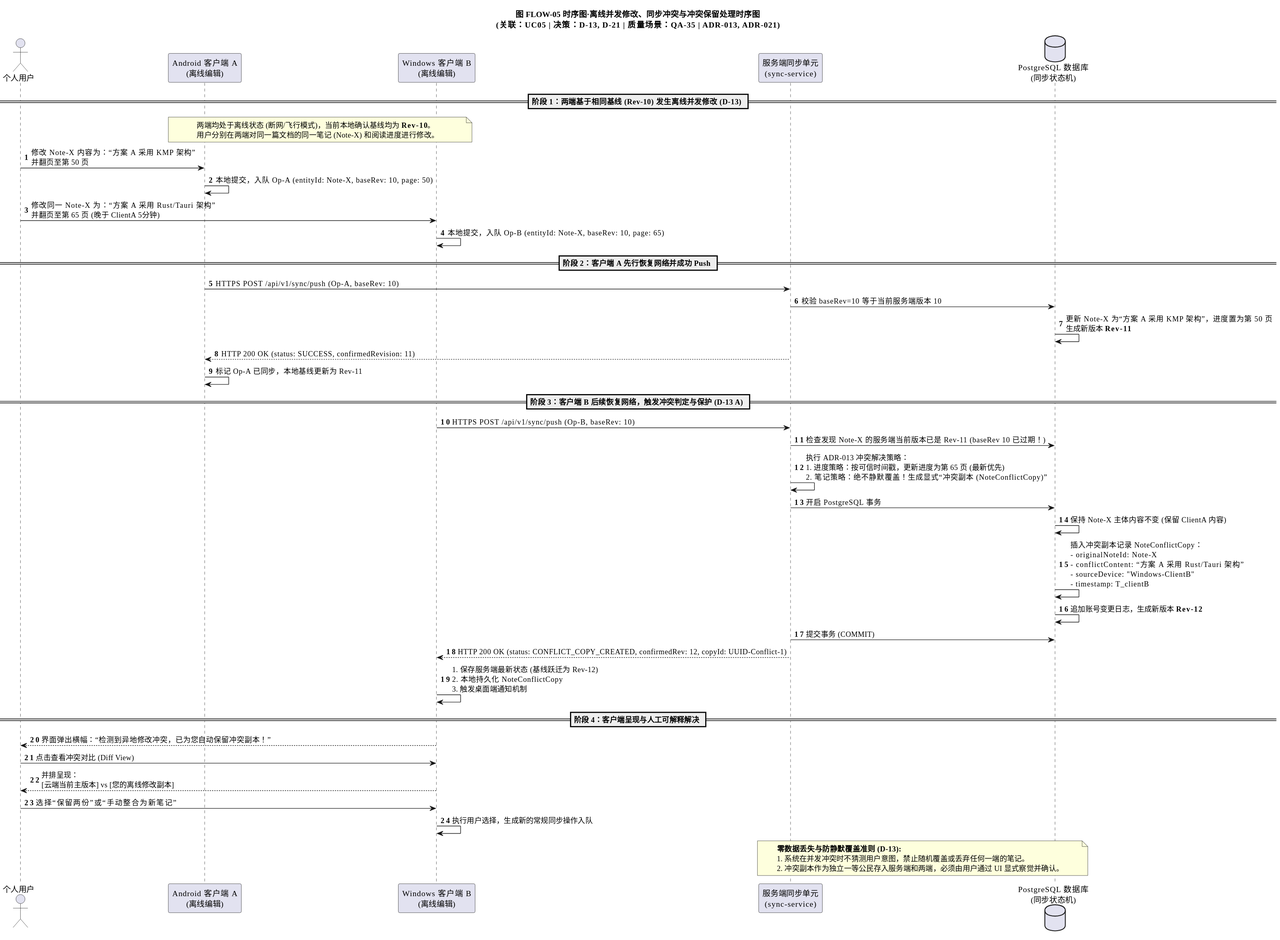
The PlantUML diagram docs/架构设计/阶段成果-V0.4-双端需求补充/41-架构视图与图件交付包-V1.0/导出图-SVG/FLOW-05-离线并发修改同步冲突与冲突保留处理时序图.svg in Aut-172/Intelligent-Reader, before a commit. The source it was exported from:
```plantuml
@startuml
title 图 FLOW-05 时序图·离线并发修改、同步冲突与冲突保留处理时序图\n(关联：UC05 | 决策：D-13, D-21 | 质量场景：QA-35 | ADR-013, ADR-021)
autonumber
skinparam shadowing false
skinparam defaultFontName Microsoft YaHei

actor "个人用户" as User
participant "Android 客户端 A\n(离线编辑)" as ClientA
participant "Windows 客户端 B\n(离线编辑)" as ClientB
participant "服务端同步单元\n(sync-service)" as Server
database "PostgreSQL 数据库\n(同步状态机)" as DB

== 阶段 1：两端基于相同基线 (Rev-10) 发生离线并发修改 (D-13) ==

note over ClientA, ClientB
  两端均处于离线状态 (断网/飞行模式)，当前本地确认基线均为 **Rev-10**。
  用户分别在两端对同一篇文档的同一笔记 (Note-X) 和阅读进度进行修改。
end note

User -> ClientA : 修改 Note-X 内容为：“方案 A 采用 KMP 架构”\n并翻页至第 50 页
ClientA -> ClientA : 本地提交，入队 Op-A (entityId: Note-X, baseRev: 10, page: 50)

User -> ClientB : 修改同一 Note-X 为：“方案 A 采用 Rust/Tauri 架构”\n并翻页至第 65 页 (晚于 ClientA 5分钟)
ClientB -> ClientB : 本地提交，入队 Op-B (entityId: Note-X, baseRev: 10, page: 65)

== 阶段 2：客户端 A 先行恢复网络并成功 Push ==

ClientA -> Server : HTTPS POST /api/v1/sync/push (Op-A, baseRev: 10)
Server -> DB : 校验 baseRev=10 等于当前服务端版本 10
DB -> DB : 更新 Note-X 为“方案 A 采用 KMP 架构”，进度置为第 50 页\n生成新版本 **Rev-11**
Server --> ClientA : HTTP 200 OK (status: SUCCESS, confirmedRevision: 11)
ClientA -> ClientA : 标记 Op-A 已同步，本地基线更新为 Rev-11

== 阶段 3：客户端 B 后续恢复网络，触发冲突判定与保护 (D-13 A) ==

ClientB -> Server : HTTPS POST /api/v1/sync/push (Op-B, baseRev: 10)
Server -> DB : 检查发现 Note-X 的服务端当前版本已是 Rev-11 (baseRev 10 已过期！)

Server -> Server : 执行 ADR-013 冲突解决策略：\n1. 进度策略：按可信时间戳，更新进度为第 65 页 (最新优先)\n2. 笔记策略：绝不静默覆盖！生成显式“冲突副本 (NoteConflictCopy)”

Server -> DB : 开启 PostgreSQL 事务
DB -> DB : 保持 Note-X 主体内容不变 (保留 ClientA 内容)
DB -> DB : 插入冲突副本记录 NoteConflictCopy：\n- originalNoteId: Note-X\n- conflictContent: “方案 A 采用 Rust/Tauri 架构”\n- sourceDevice: "Windows-ClientB"\n- timestamp: T_clientB
DB -> DB : 追加账号变更日志，生成新版本 **Rev-12**
Server -> DB : 提交事务 (COMMIT)

Server --> ClientB : HTTP 200 OK (status: CONFLICT_COPY_CREATED, confirmedRev: 12, copyId: UUID-Conflict-1)
ClientB -> ClientB : 1. 保存服务端最新状态 (基线跃迁为 Rev-12)\n2. 本地持久化 NoteConflictCopy\n3. 触发桌面端通知机制

== 阶段 4：客户端呈现与人工可解释解决 ==

ClientB --> User : 界面弹出横幅：“检测到异地修改冲突，已为您自动保留冲突副本！”
User -> ClientB : 点击查看冲突对比 (Diff View)
ClientB --> User : 并排呈现：\n[云端当前主版本] vs [您的离线修改副本]
User -> ClientB : 选择“保留两份”或“手动整合为新笔记”
ClientB -> ClientB : 执行用户选择，生成新的常规同步操作入队

note over Server, DB
  **零数据丢失与防静默覆盖准则 (D-13):**
  1. 系统在并发冲突时不猜测用户意图，禁止随机覆盖或丢弃任何一端的笔记。
  2. 冲突副本作为独立一等公民存入服务端和两端，必须由用户通过 UI 显式察觉并确认。
end note
@enduml
```
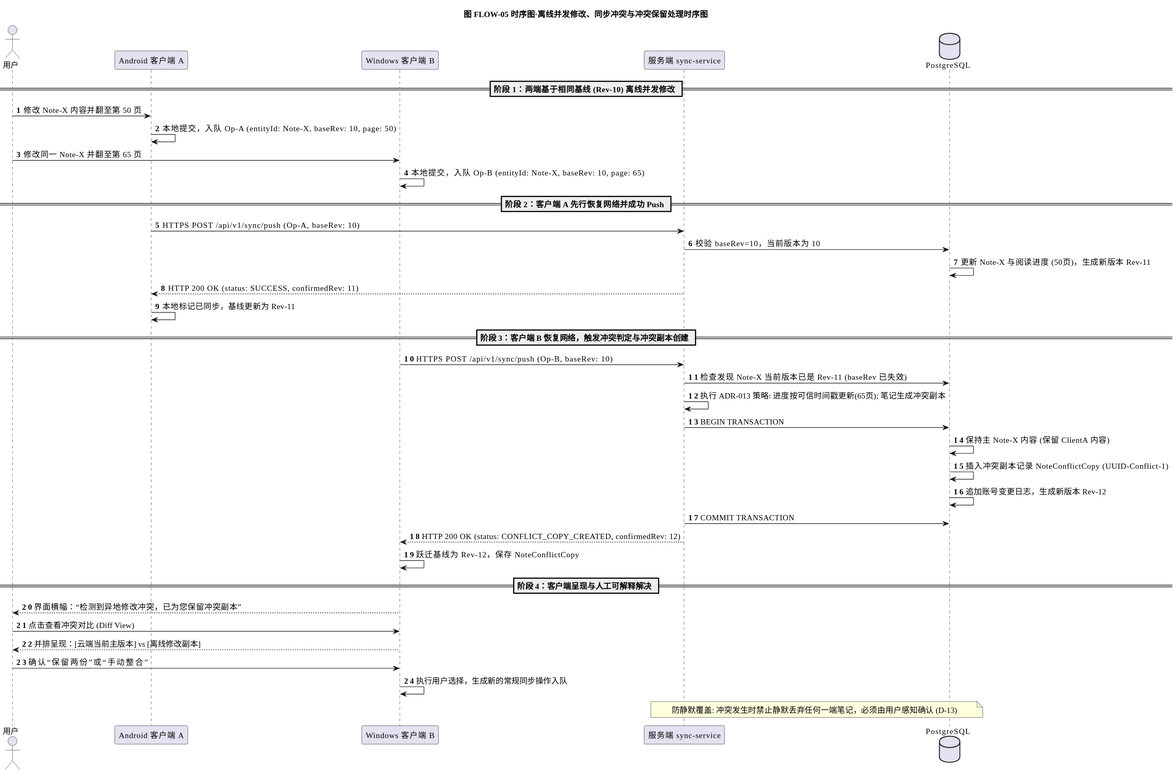
The same file after the commit.

Change to the diagram source:
```diff
@@ -1,63 +1,57 @@
 @startuml
-title 图 FLOW-05 时序图·离线并发修改、同步冲突与冲突保留处理时序图\n(关联：UC05 | 决策：D-13, D-21 | 质量场景：QA-35 | ADR-013, ADR-021)
+title 图 FLOW-05 时序图·离线并发修改、同步冲突与冲突保留处理时序图
 autonumber
 skinparam shadowing false
 skinparam defaultFontName Microsoft YaHei
+skinparam defaultFontSize 14
+skinparam ParticipantPadding 10
+skinparam BoxPadding 10
 
-actor "个人用户" as User
-participant "Android 客户端 A\n(离线编辑)" as ClientA
-participant "Windows 客户端 B\n(离线编辑)" as ClientB
-participant "服务端同步单元\n(sync-service)" as Server
-database "PostgreSQL 数据库\n(同步状态机)" as DB
+actor "用户" as User
+participant "Android 客户端 A" as ClientA
+participant "Windows 客户端 B" as ClientB
+participant "服务端 sync-service" as Server
+database "PostgreSQL" as DB
 
-== 阶段 1：两端基于相同基线 (Rev-10) 发生离线并发修改 (D-13) ==
+== 阶段 1：两端基于相同基线 (Rev-10) 离线并发修改 ==
 
-note over ClientA, ClientB
-  两端均处于离线状态 (断网/飞行模式)，当前本地确认基线均为 **Rev-10**。
-  用户分别在两端对同一篇文档的同一笔记 (Note-X) 和阅读进度进行修改。
-end note
-
-User -> ClientA : 修改 Note-X 内容为：“方案 A 采用 KMP 架构”\n并翻页至第 50 页
+User -> ClientA : 修改 Note-X 内容并翻至第 50 页
 ClientA -> ClientA : 本地提交，入队 Op-A (entityId: Note-X, baseRev: 10, page: 50)
 
-User -> ClientB : 修改同一 Note-X 为：“方案 A 采用 Rust/Tauri 架构”\n并翻页至第 65 页 (晚于 ClientA 5分钟)
+User -> ClientB : 修改同一 Note-X 并翻至第 65 页
 ClientB -> ClientB : 本地提交，入队 Op-B (entityId: Note-X, baseRev: 10, page: 65)
 
 == 阶段 2：客户端 A 先行恢复网络并成功 Push ==
 
 ClientA -> Server : HTTPS POST /api/v1/sync/push (Op-A, baseRev: 10)
-Server -> DB : 校验 baseRev=10 等于当前服务端版本 10
-DB -> DB : 更新 Note-X 为“方案 A 采用 KMP 架构”，进度置为第 50 页\n生成新版本 **Rev-11**
-Server --> ClientA : HTTP 200 OK (status: SUCCESS, confirmedRevision: 11)
-ClientA -> ClientA : 标记 Op-A 已同步，本地基线更新为 Rev-11
+Server -> DB : 校验 baseRev=10，当前版本为 10
+DB -> DB : 更新 Note-X 与阅读进度 (50页)，生成新版本 Rev-11
+Server --> ClientA : HTTP 200 OK (status: SUCCESS, confirmedRev: 11)
+ClientA -> ClientA : 本地标记已同步，基线更新为 Rev-11
 
-== 阶段 3：客户端 B 后续恢复网络，触发冲突判定与保护 (D-13 A) ==
+== 阶段 3：客户端 B 恢复网络，触发冲突判定与冲突副本创建 ==
 
 ClientB -> Server : HTTPS POST /api/v1/sync/push (Op-B, baseRev: 10)
-Server -> DB : 检查发现 Note-X 的服务端当前版本已是 Rev-11 (baseRev 10 已过期！)
+Server -> DB : 检查发现 Note-X 当前版本已是 Rev-11 (baseRev 已失效)
 
-Server -> Server : 执行 ADR-013 冲突解决策略：\n1. 进度策略：按可信时间戳，更新进度为第 65 页 (最新优先)\n2. 笔记策略：绝不静默覆盖！生成显式“冲突副本 (NoteConflictCopy)”
+Server -> Server : 执行 ADR-013 策略: 进度按可信时间戳更新(65页); 笔记生成冲突副本
 
-Server -> DB : 开启 PostgreSQL 事务
-DB -> DB : 保持 Note-X 主体内容不变 (保留 ClientA 内容)
-DB -> DB : 插入冲突副本记录 NoteConflictCopy：\n- originalNoteId: Note-X\n- conflictContent: “方案 A 采用 Rust/Tauri 架构”\n- sourceDevice: "Windows-ClientB"\n- timestamp: T_clientB
-DB -> DB : 追加账号变更日志，生成新版本 **Rev-12**
-Server -> DB : 提交事务 (COMMIT)
+Server -> DB : BEGIN TRANSACTION
+DB -> DB : 保持主 Note-X 内容 (保留 ClientA 内容)
+DB -> DB : 插入冲突副本记录 NoteConflictCopy (UUID-Conflict-1)
+DB -> DB : 追加账号变更日志，生成新版本 Rev-12
+Server -> DB : COMMIT TRANSACTION
 
-Server --> ClientB : HTTP 200 OK (status: CONFLICT_COPY_CREATED, confirmedRev: 12, copyId: UUID-Conflict-1)
-ClientB -> ClientB : 1. 保存服务端最新状态 (基线跃迁为 Rev-12)\n2. 本地持久化 NoteConflictCopy\n3. 触发桌面端通知机制
+Server --> ClientB : HTTP 200 OK (status: CONFLICT_COPY_CREATED, confirmedRev: 12)
+ClientB -> ClientB : 跃迁基线为 Rev-12，保存 NoteConflictCopy
 
 == 阶段 4：客户端呈现与人工可解释解决 ==
 
-ClientB --> User : 界面弹出横幅：“检测到异地修改冲突，已为您自动保留冲突副本！”
+ClientB --> User : 界面横幅：“检测到异地修改冲突，已为您保留冲突副本”
 User -> ClientB : 点击查看冲突对比 (Diff View)
-ClientB --> User : 并排呈现：\n[云端当前主版本] vs [您的离线修改副本]
-User -> ClientB : 选择“保留两份”或“手动整合为新笔记”
+ClientB --> User : 并排呈现：[云端当前主版本] vs [离线修改副本]
+User -> ClientB : 确认“保留两份”或“手动整合”
 ClientB -> ClientB : 执行用户选择，生成新的常规同步操作入队
 
-note over Server, DB
-  **零数据丢失与防静默覆盖准则 (D-13):**
-  1. 系统在并发冲突时不猜测用户意图，禁止随机覆盖或丢弃任何一端的笔记。
-  2. 冲突副本作为独立一等公民存入服务端和两端，必须由用户通过 UI 显式察觉并确认。
-end note
+note over Server, DB : 防静默覆盖: 冲突发生时禁止静默丢弃任何一端笔记，必须由用户感知确认 (D-13)
 @enduml
```
